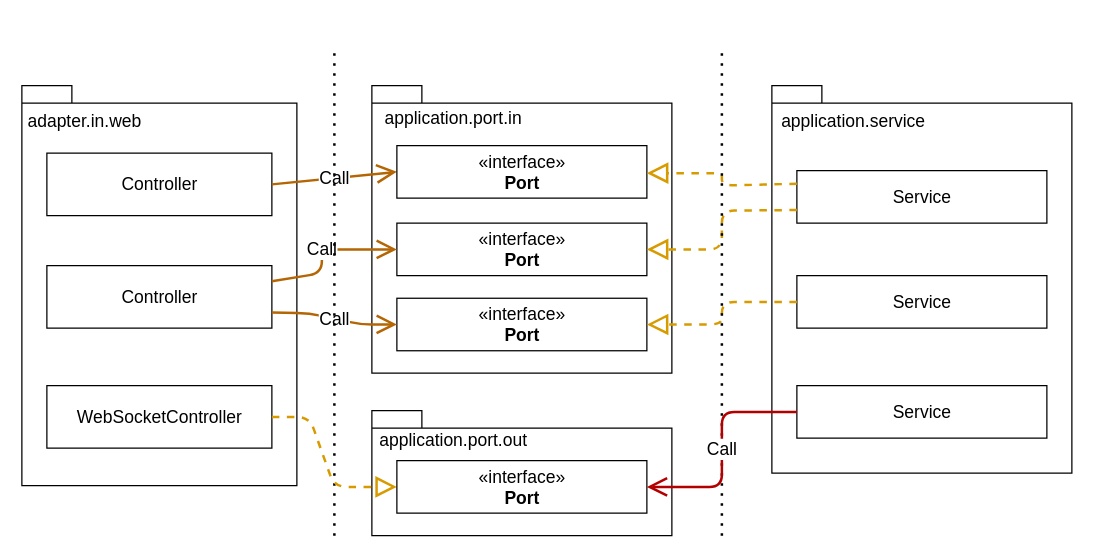
archtop/hexagonal-archt-lab keeps this draw.io diagram as diagrams/Web_Adapter_Port_Service.drawio. Above is the earlier version. Source tidied: cells renumbered, new cells numbered last; positions are measured from the earlier drawing's top-left corner, leaving out a move shared by most shapes. Both pictures are drawn from the tidied source at 125%, with x=0, y=0 at pixel (21, 48).
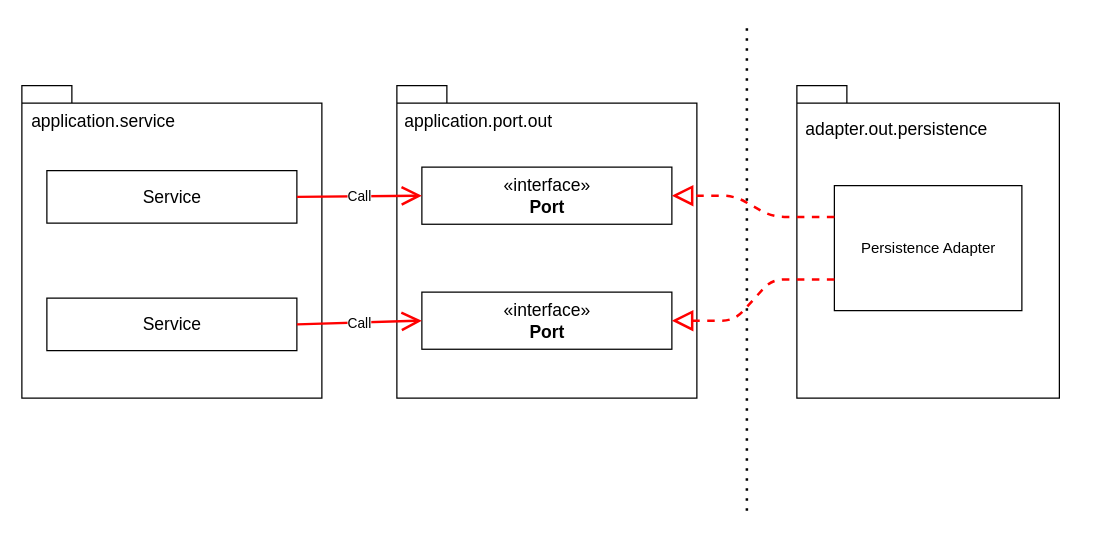
After the change.

What changed in the source:
```diff
@@
-    <mxCell id="2" style="shape=folder;fontStyle=1;spacingTop=10;tabWidth=40;tabHeight=14;tabPosition=left;html=1;" parent="1" vertex="1">
-      <mxGeometry x="280" y="290" width="240" height="100" as="geometry" />
-    </mxCell>
+    <mxCell id="23" style="endArrow=none;dashed=1;html=1;dashPattern=1 3;strokeWidth=2;" parent="1" edge="1">
+      <mxGeometry relative="1" as="geometry">
+        <mxPoint x="580" y="370" as="sourcePoint" />
+        <mxPoint x="580" y="-20" as="targetPoint" />
+      </mxGeometry>
+    </mxCell>
+    <mxCell id="30" style="group;" parent="1" vertex="1">
+      <mxGeometry y="30" width="240" height="250" as="geometry" />
+    </mxCell>
-    <mxCell id="3" style="shape=folder;fontStyle=1;spacingTop=10;tabWidth=40;tabHeight=14;tabPosition=left;html=1;" parent="1" vertex="1">
-      <mxGeometry x="600" y="30" width="240" height="310" as="geometry" />
+    <mxCell id="3" style="shape=folder;fontStyle=1;spacingTop=10;tabWidth=40;tabHeight=14;tabPosition=left;html=1;" parent="30" vertex="1">
+      <mxGeometry width="240" height="250" as="geometry" />
     </mxCell>
-    <mxCell id="4" style="shape=folder;fontStyle=1;spacingTop=10;tabWidth=40;tabHeight=14;tabPosition=left;html=1;" parent="1" vertex="1">
-      <mxGeometry x="280" y="30" width="240" height="230" as="geometry" />
-    </mxCell>
-    <mxCell id="5" style="shape=folder;fontStyle=1;spacingTop=10;tabWidth=40;tabHeight=14;tabPosition=left;html=1;" parent="1" vertex="1">
-      <mxGeometry y="30" width="220" height="320" as="geometry" />
-    </mxCell>
-    <mxCell id="6" value="application.service" style="text;strokeColor=none;fillColor=none;align=center;verticalAlign=middle;spacingLeft=4;spacingRight=4;overflow=hidden;fontSize=14;" parent="1" vertex="1">
-      <mxGeometry x="601" y="46.3" width="129" height="22.3" as="geometry" />
+    <mxCell id="6" value="application.service" style="text;strokeColor=none;fillColor=none;align=center;verticalAlign=middle;spacingLeft=4;spacingRight=4;overflow=hidden;fontSize=14;" parent="30" vertex="1">
+      <mxGeometry x="1" y="16.3" width="129" height="22.3" as="geometry" />
     </mxCell>
-    <mxCell id="7" value="Service" style="html=1;fillColor=none;align=center;fontSize=14;" parent="1" vertex="1">
-      <mxGeometry x="620" y="98" width="200" height="42" as="geometry" />
+    <mxCell id="7" value="Service" style="html=1;fillColor=none;align=center;fontSize=14;" parent="30" vertex="1">
+      <mxGeometry x="20" y="68" width="200" height="42" as="geometry" />
     </mxCell>
-    <mxCell id="8" value="adapter.in.web" style="text;strokeColor=none;fillColor=none;align=center;verticalAlign=middle;spacingLeft=4;spacingRight=4;overflow=hidden;fontSize=14;" parent="1" vertex="1">
-      <mxGeometry x="1" y="46.3" width="99" height="22.3" as="geometry" />
-    </mxCell>
-    <mxCell id="9" value="Controller" style="html=1;fillColor=none;align=center;fontSize=14;" parent="1" vertex="1">
-      <mxGeometry x="20" y="84" width="180" height="50" as="geometry" />
-    </mxCell>
-    <mxCell id="10" value="Controller" style="html=1;fontSize=14;" parent="1" vertex="1">
-      <mxGeometry x="20" y="174" width="180" height="50" as="geometry" />
-    </mxCell>
+    <mxCell id="19" value="Service" style="html=1;fillColor=none;align=center;fontSize=14;" parent="30" vertex="1">
+      <mxGeometry x="20" y="170" width="200" height="42" as="geometry" />
+    </mxCell>
+    <mxCell id="4" style="shape=folder;fontStyle=1;spacingTop=10;tabWidth=40;tabHeight=14;tabPosition=left;html=1;" parent="1" vertex="1">
+      <mxGeometry x="300" y="30" width="240" height="250" as="geometry" />
+    </mxCell>
-    <mxCell id="11" value="application.port.in" style="text;strokeColor=none;fillColor=none;align=center;verticalAlign=middle;spacingLeft=4;spacingRight=4;overflow=hidden;fontSize=14;" parent="1" vertex="1">
-      <mxGeometry x="281" y="42.5" width="129" height="26.1" as="geometry" />
+    <mxCell id="11" value="application.port.out" style="text;strokeColor=none;fillColor=none;align=center;verticalAlign=middle;spacingLeft=4;spacingRight=4;overflow=hidden;fontSize=14;" parent="1" vertex="1">
+      <mxGeometry x="301" y="43.6" width="129" height="28.3" as="geometry" />
     </mxCell>
-    <mxCell id="12" value="Call" style="endArrow=open;endSize=12;html=1;fontSize=14;strokeWidth=2;fillColor=#fad7ac;strokeColor=#b46504;exitX=1;exitY=0.5;exitDx=0;exitDy=0;entryX=0;entryY=0.5;entryDx=0;entryDy=0;" parent="1" edge="1" source="9" target="13">
-      <mxGeometry relative="1" as="geometry" />
-    </mxCell>
     <mxCell id="13" value="«interface»&lt;br style=&quot;font-size: 14px&quot;&gt;&lt;b style=&quot;font-size: 14px&quot;&gt;Port&lt;/b&gt;" style="html=1;fillColor=none;align=center;fontSize=14;" parent="1" vertex="1">
-      <mxGeometry x="300" y="78" width="200" height="42" as="geometry" />
+      <mxGeometry x="320" y="95.2" width="200" height="45.7" as="geometry" />
     </mxCell>
     <mxCell id="14" value="«interface»&lt;br style=&quot;font-size: 14px&quot;&gt;&lt;b style=&quot;font-size: 14px&quot;&gt;Port&lt;/b&gt;" style="html=1;fillColor=none;align=center;fontSize=14;" parent="1" vertex="1">
-      <mxGeometry x="300" y="140" width="200" height="42" as="geometry" />
+      <mxGeometry x="320" y="195.2" width="200" height="45.7" as="geometry" />
     </mxCell>
-    <mxCell id="15" value="«interface»&lt;br style=&quot;font-size: 14px&quot;&gt;&lt;b style=&quot;font-size: 14px&quot;&gt;Port&lt;/b&gt;" style="html=1;fillColor=none;align=center;fontSize=14;" parent="1" vertex="1">
-      <mxGeometry x="300" y="200.1" width="200" height="42" as="geometry" />
-    </mxCell>
-    <mxCell id="16" value="Call" style="endArrow=open;endSize=12;html=1;fontSize=14;entryX=0;entryY=0.5;entryDx=0;entryDy=0;strokeWidth=2;fillColor=#fad7ac;strokeColor=#b46504;exitX=1;exitY=0.75;exitDx=0;exitDy=0;" parent="1" edge="1" source="10" target="15">
-      <mxGeometry relative="1" as="geometry">
-        <Array as="points">
-          <mxPoint x="230" y="212" />
-          <mxPoint x="270" y="221" />
-        </Array>
-      </mxGeometry>
-    </mxCell>
-    <mxCell id="17" value="Call" style="endArrow=open;endSize=12;html=1;fontSize=14;entryX=0;entryY=0.5;entryDx=0;entryDy=0;strokeWidth=2;fillColor=#fad7ac;strokeColor=#b46504;exitX=1;exitY=0.25;exitDx=0;exitDy=0;" parent="1" edge="1" source="10" target="14">
-      <mxGeometry relative="1" as="geometry">
-        <Array as="points">
-          <mxPoint x="240" y="180" />
-          <mxPoint x="240" y="161" />
-        </Array>
-      </mxGeometry>
-    </mxCell>
-    <mxCell id="18" style="endArrow=block;dashed=1;endFill=0;endSize=12;html=1;strokeWidth=2;fillColor=#ffe6cc;strokeColor=#d79b00;exitX=0;exitY=0.25;exitDx=0;exitDy=0;" parent="1" edge="1" source="7">
-      <mxGeometry relative="1" as="geometry">
-        <mxPoint x="500" y="100" as="targetPoint" />
-        <Array as="points">
-          <mxPoint x="560" y="110" />
-          <mxPoint x="560" y="100" />
-        </Array>
-      </mxGeometry>
-    </mxCell>
-    <mxCell id="19" value="Service" style="html=1;fillColor=none;align=center;fontSize=14;" parent="1" vertex="1">
-      <mxGeometry x="620" y="182" width="200" height="42" as="geometry" />
-    </mxCell>
-    <mxCell id="20" style="endArrow=block;dashed=1;endFill=0;endSize=12;html=1;strokeWidth=2;fillColor=#ffe6cc;strokeColor=#d79b00;entryX=1;entryY=0.5;entryDx=0;entryDy=0;exitX=0;exitY=0.5;exitDx=0;exitDy=0;" parent="1" edge="1" source="19" target="15">
-      <mxGeometry relative="1" as="geometry">
-        <Array as="points">
-          <mxPoint x="560" y="203" />
-          <mxPoint x="560" y="221" />
-        </Array>
-      </mxGeometry>
-    </mxCell>
-    <mxCell id="21" style="endArrow=block;dashed=1;endFill=0;endSize=12;html=1;strokeWidth=2;fillColor=#ffe6cc;strokeColor=#d79b00;entryX=1;entryY=0.5;entryDx=0;entryDy=0;exitX=0;exitY=0.75;exitDx=0;exitDy=0;" parent="1" edge="1" source="7" target="14">
-      <mxGeometry relative="1" as="geometry">
-        <Array as="points">
-          <mxPoint x="560" y="130" />
-          <mxPoint x="560" y="161" />
-        </Array>
-      </mxGeometry>
-    </mxCell>
-    <mxCell id="22" style="endArrow=none;dashed=1;html=1;dashPattern=1 3;strokeWidth=2;" parent="1" edge="1">
-      <mxGeometry relative="1" as="geometry">
-        <mxPoint x="250" y="390" as="sourcePoint" />
-        <mxPoint x="250" as="targetPoint" />
-      </mxGeometry>
-    </mxCell>
-    <mxCell id="23" style="endArrow=none;dashed=1;html=1;dashPattern=1 3;strokeWidth=2;" parent="1" edge="1">
-      <mxGeometry relative="1" as="geometry">
-        <mxPoint x="560" y="390" as="sourcePoint" />
-        <mxPoint x="560" as="targetPoint" />
-      </mxGeometry>
-    </mxCell>
-    <mxCell id="24" value="WebSocketController" style="html=1;fontSize=14;" parent="1" vertex="1">
-      <mxGeometry x="20" y="270" width="180" height="50" as="geometry" />
-    </mxCell>
-    <mxCell id="25" style="endArrow=block;dashed=1;endFill=0;endSize=12;html=1;strokeWidth=2;fillColor=#ffe6cc;strokeColor=#d79b00;exitX=1;exitY=0.5;exitDx=0;exitDy=0;entryX=0;entryY=0.5;entryDx=0;entryDy=0;" parent="1" edge="1" source="24" target="26">
-      <mxGeometry relative="1" as="geometry">
-        <Array as="points">
-          <mxPoint x="230" y="295" />
-          <mxPoint x="250" y="351" />
-          <mxPoint x="270" y="351" />
-        </Array>
-      </mxGeometry>
-    </mxCell>
-    <mxCell id="26" value="«interface»&lt;br style=&quot;font-size: 14px&quot;&gt;&lt;b style=&quot;font-size: 14px&quot;&gt;Port&lt;/b&gt;" style="html=1;fillColor=none;align=center;fontSize=14;" parent="1" vertex="1">
-      <mxGeometry x="300" y="330" width="200" height="42" as="geometry" />
-    </mxCell>
-    <mxCell id="27" value="application.port.out" style="text;strokeColor=none;fillColor=none;align=center;verticalAlign=middle;spacingLeft=4;spacingRight=4;overflow=hidden;fontSize=14;" parent="1" vertex="1">
-      <mxGeometry x="281" y="300" width="129" height="26.1" as="geometry" />
-    </mxCell>
-    <mxCell id="28" value="Service" style="html=1;fillColor=none;align=center;fontSize=14;" parent="1" vertex="1">
-      <mxGeometry x="620" y="270" width="200" height="42" as="geometry" />
-    </mxCell>
-    <mxCell id="29" value="Call" style="endArrow=open;endSize=12;html=1;strokeWidth=2;fillColor=#e51400;strokeColor=#B20000;fontSize=14;entryX=1;entryY=0.5;entryDx=0;entryDy=0;exitX=0;exitY=0.5;exitDx=0;exitDy=0;" parent="1" edge="1" source="28" target="26">
-      <mxGeometry relative="1" as="geometry">
-        <Array as="points">
-          <mxPoint x="560" y="291" />
-          <mxPoint x="560" y="351" />
-        </Array>
-      </mxGeometry>
-    </mxCell>
+    <mxCell id="31" style="shape=folder;fontStyle=1;spacingTop=10;tabWidth=40;tabHeight=14;tabPosition=left;html=1;" parent="1" vertex="1">
+      <mxGeometry x="620" y="30" width="210" height="250" as="geometry" />
+    </mxCell>
+    <mxCell id="32" value="adapter.out.persistence" style="text;strokeColor=none;fillColor=none;align=center;verticalAlign=middle;spacingLeft=4;spacingRight=4;overflow=hidden;fontSize=14;" parent="1" vertex="1">
+      <mxGeometry x="620" y="50" width="160" height="28.3" as="geometry" />
+    </mxCell>
+    <mxCell id="33" value="Persistence Adapter" style="html=1;" parent="1" vertex="1">
+      <mxGeometry x="650" y="110" width="150" height="100" as="geometry" />
+    </mxCell>
+    <mxCell id="34" value="Call" style="endArrow=open;endSize=12;html=1;strokeWidth=2;strokeColor=#FF0000;exitX=1;exitY=0.5;exitDx=0;exitDy=0;entryX=0;entryY=0.5;entryDx=0;entryDy=0;" parent="1" edge="1" source="7" target="13">
+      <mxGeometry relative="1" as="geometry" />
+    </mxCell>
+    <mxCell id="35" value="Call" style="endArrow=open;endSize=12;html=1;strokeWidth=2;strokeColor=#FF0000;exitX=1;exitY=0.5;exitDx=0;exitDy=0;entryX=0;entryY=0.5;entryDx=0;entryDy=0;" parent="1" edge="1" source="19" target="14">
+      <mxGeometry relative="1" as="geometry" />
+    </mxCell>
+    <mxCell id="36" style="endArrow=block;dashed=1;endFill=0;endSize=12;html=1;strokeColor=#FF0000;strokeWidth=2;entryX=1;entryY=0.5;entryDx=0;entryDy=0;exitX=0;exitY=0.25;exitDx=0;exitDy=0;" parent="1" edge="1" source="33" target="13">
+      <mxGeometry relative="1" as="geometry">
+        <Array as="points">
+          <mxPoint x="600" y="135" />
+          <mxPoint x="570" y="118" />
+        </Array>
+      </mxGeometry>
+    </mxCell>
+    <mxCell id="37" style="endArrow=block;dashed=1;endFill=0;endSize=12;html=1;strokeColor=#FF0000;strokeWidth=2;entryX=1;entryY=0.5;entryDx=0;entryDy=0;exitX=0;exitY=0.75;exitDx=0;exitDy=0;" parent="1" edge="1" source="33" target="14">
+      <mxGeometry relative="1" as="geometry">
+        <Array as="points">
+          <mxPoint x="600" y="185" />
+          <mxPoint x="570" y="218" />
+        </Array>
+      </mxGeometry>
+    </mxCell>
```
